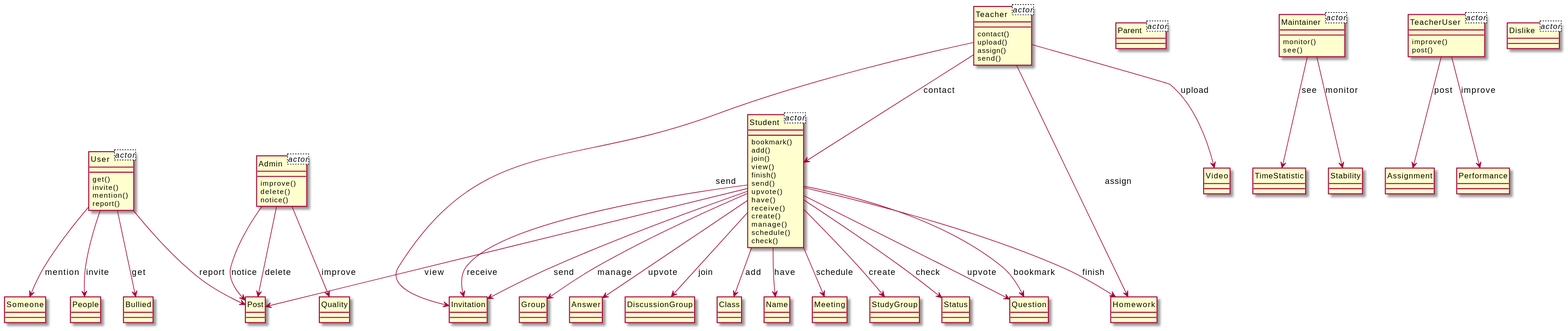
Above: output/diagram_5/2019-USC-Project03.svg in xixixhalu/DomainModelExtractor (PlantUML), before the change.
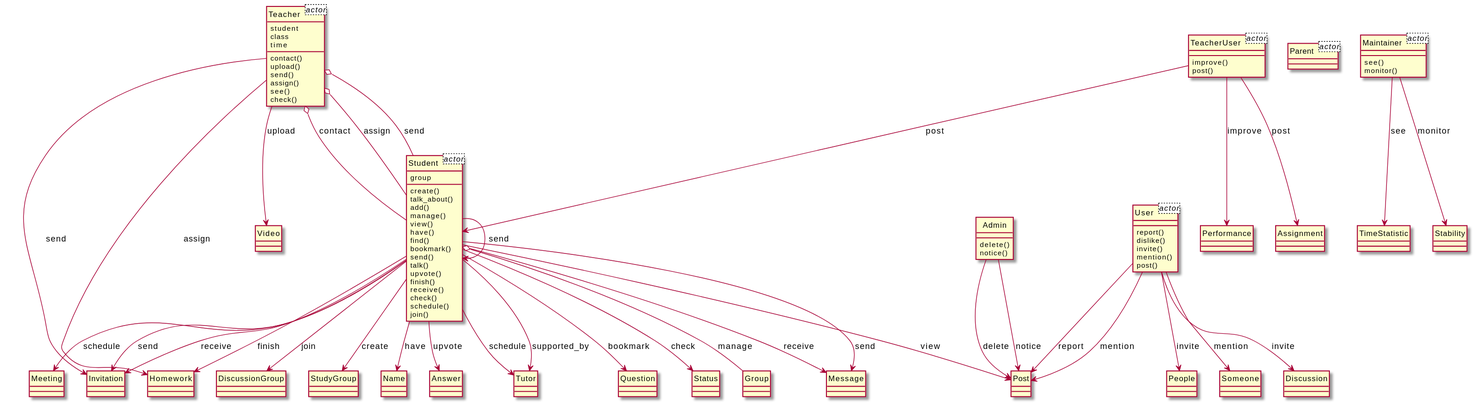
The same file after the commit.

Change to the diagram source:
```diff
@@ -1,8 +1,12 @@
 @startuml
 hide circle
 class Student<actor> {
+	group
 }
 class Teacher<actor> {
+	student
+	class
+	time
 }
 class Parent<actor> {
 }
@@ -12,119 +16,126 @@
 }
 class TeacherUser<actor> {
 }
-class Admin<actor> {
+class Student {
+	create()
+	talk_about()
+	add()
+	manage()
+	view()
+	have()
+	find()
+	bookmark()
+	send()
+	talk()
+	upvote()
+	finish()
+	receive()
+	check()
+	schedule()
+	join()
 }
-class Dislike<actor> {
-}
-class Student {
-	bookmark()
-	add()
-	join()
-	view()
-	finish()
-	send()
-	upvote()
-	have()
-	receive()
-	create()
-	manage()
-	schedule()
-	check()
-}
-class Status {
-}
-class Admin {
-	improve()
-	delete()
-	notice()
-}
-class Quality {
-}
-class Question {
-}
-class Post {
+class Message {
 }
 class Teacher {
 	contact()
 	upload()
+	send()
 	assign()
-	send()
+	see()
+	check()
+}
+class Meeting {
+}
+class Invitation {
 }
 class Homework {
 }
-class Invitation {
-}
-class Group {
-}
-class Video {
+class User {
+	report()
+	dislike()
+	invite()
+	mention()
+	post()
 }
 class TeacherUser {
 	improve()
 	post()
 }
-class Assignment {
+class Maintainer {
+	see()
+	monitor()
 }
-class User {
-	get()
-	invite()
-	mention()
-	report()
+class TimeStatistic {
+}
+class DiscussionGroup {
+}
+class People {
 }
 class Someone {
 }
-class People {
+class Video {
 }
-class Answer {
+class Status {
 }
-class DiscussionGroup {
+class Admin {
+	delete()
+	notice()
 }
-class Performance {
+class Group {
 }
-class Class {
+class Post {
 }
-class Maintainer {
-	monitor()
-	see()
+class Discussion {
 }
-class TimeStatistic {
+class StudyGroup {
 }
 class Stability {
 }
 class Name {
 }
-class Bullied {
+class Performance {
 }
-class Meeting {
+class Answer {
 }
-class StudyGroup {
+class Tutor {
 }
+class Question {
+}
+class Assignment {
+}
+Teacher --> Homework : assign
+Student --> Tutor : schedule
+Student --> Invitation : send
+User --> Post : report
+Teacher --> Invitation : send
+Teacher o-- Student : assign
+Student --> Post : view
+Admin --> Post : notice
+TeacherUser --> Student : post
+Student --> Question : bookmark
+User --> Discussion : invite
+Admin --> Post : delete
+Maintainer --> TimeStatistic : see
+User --> Post : mention
+Teacher o-- Student : send
+Student --> Message : send
+Student --> DiscussionGroup : join
+TeacherUser --> Assignment : post
+Student --> Tutor : supported_by
+Student --> Student : send
+Student --> StudyGroup : create
+User --> People : invite
+Maintainer --> Stability : monitor
+Teacher o-- Student : contact
+Student --> Name : have
+User --> Someone : mention
+Student --> Message : receive
+TeacherUser --> Performance : improve
+Teacher --> Video : upload
+Student --> Homework : finish
+Student --> Meeting : schedule
 Student --> Status : check
-Student --> Meeting : schedule
 Student --> Answer : upvote
-Teacher --> Student : contact
 Student --> Invitation : receive
-Student --> DiscussionGroup : join
-Admin --> Quality : improve
-Student --> StudyGroup : create
-Teacher --> Invitation : send
-Student --> Question : upvote
-Student --> Post : view
-TeacherUser --> Performance : improve
-Admin --> Post : delete
-Student --> Question : bookmark
-Student --> Group : manage
-Student --> Homework : finish
-Teacher --> Homework : assign
-Student --> Class : add
-Teacher --> Video : upload
-Student --> Invitation : send
-Maintainer --> TimeStatistic : see
-TeacherUser --> Assignment : post
-Maintainer --> Stability : monitor
-User --> Someone : mention
-User --> Post : report
-Student --> Name : have
-User --> People : invite
-User --> Bullied : get
-Admin --> Post : notice
+Student o-- Group : manage
 @enduml
```
